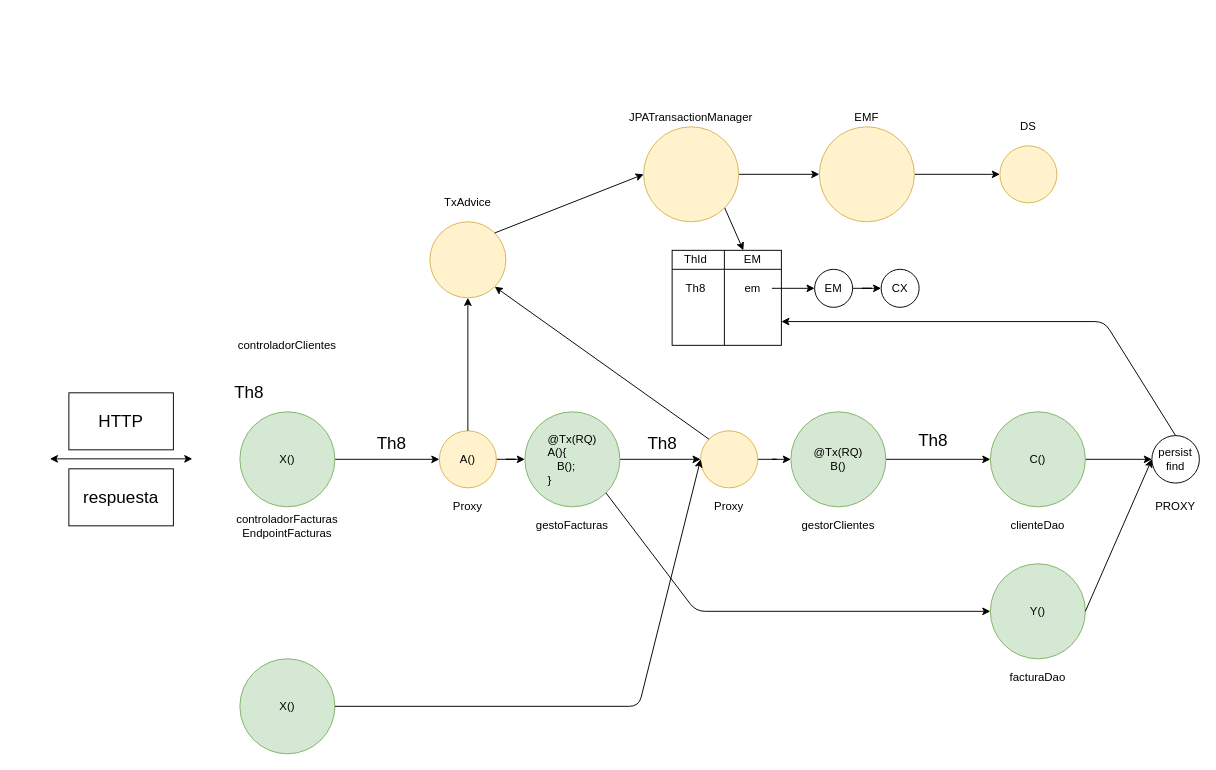
Above: page "Página-22" (21 of 24) of diagramas.drawio in lrag/spring_2022 (draw.io), before the change. Source tidied: cells renumbered, new cells numbered last; positions are measured from the earlier drawing's top-left corner, leaving out a move shared by most shapes. Both pictures are drawn from the tidied source at 95%, with x=0, y=0 at pixel (49, 107).
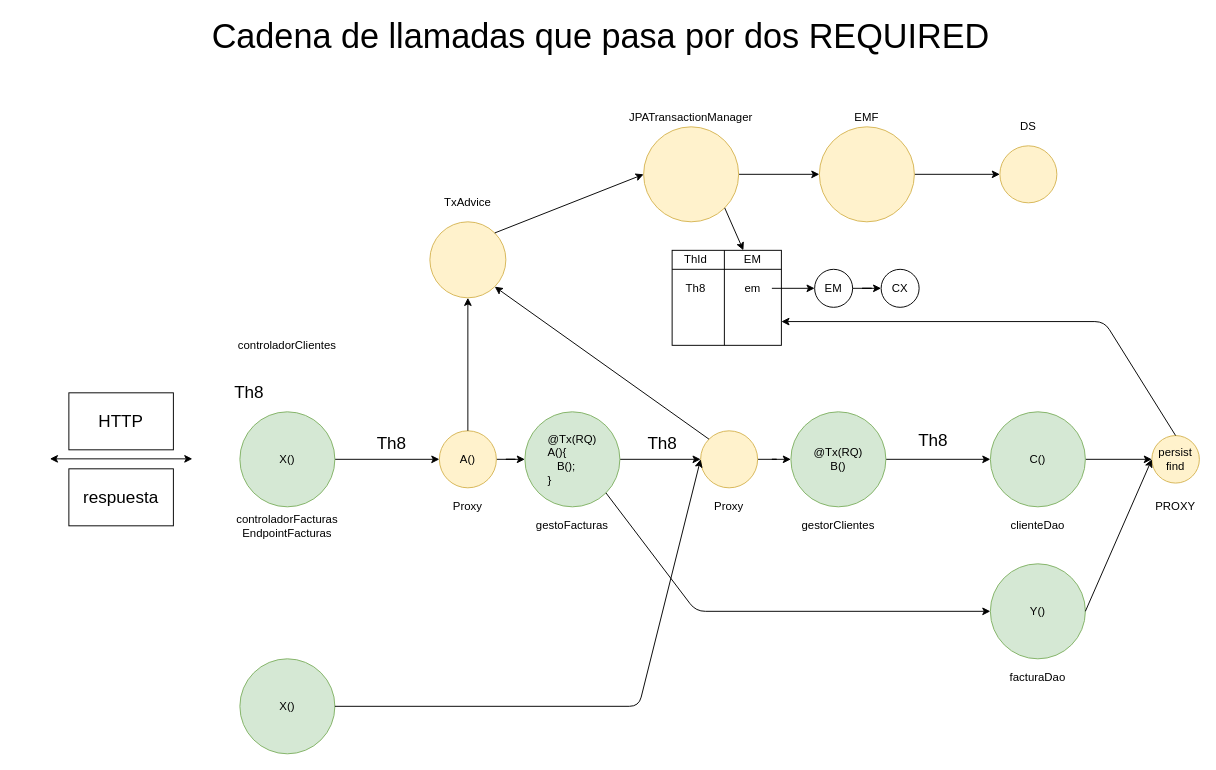
The same page after the edit.

Diff of the diagram source:
```diff
@@
-    <mxCell id="41" value="persist&lt;br&gt;find" style="ellipse;whiteSpace=wrap;html=1;fillColor=none;" parent="1" vertex="1">
+    <mxCell id="41" value="persist&lt;br&gt;find" style="ellipse;whiteSpace=wrap;html=1;fillColor=#fff2cc;strokeColor=#d6b656;" parent="1" vertex="1">
       <mxGeometry x="1160" y="345" width="50" height="50" as="geometry" />
     </mxCell>
@@
+    <mxCell id="60" value="&lt;font style=&quot;font-size: 36px;&quot;&gt;Cadena de llamadas que pasa por dos REQUIRED&lt;/font&gt;" style="text;html=1;strokeColor=none;fillColor=none;align=center;verticalAlign=middle;whiteSpace=wrap;rounded=0;fontSize=14;" parent="1" vertex="1">
+      <mxGeometry x="-35" y="-90" width="1230" height="30" as="geometry" />
+    </mxCell>
```
